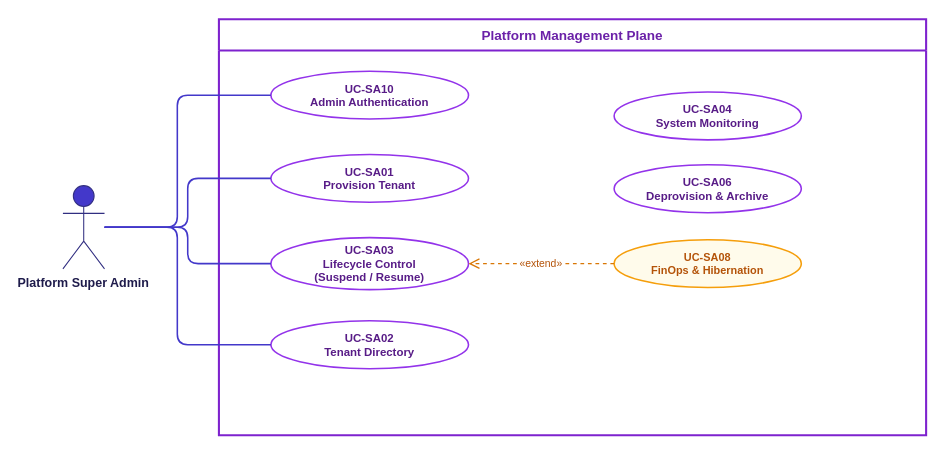
Before: usecase_super_admin.drawio in FilestoreCloud/docs, a draw.io diagram. Source tidied: cells renumbered, new cells numbered last; positions are measured from the earlier drawing's top-left corner, leaving out a move shared by most shapes. Both pictures are drawn from the tidied source at 104%, with x=0, y=0 at pixel (62, 19).
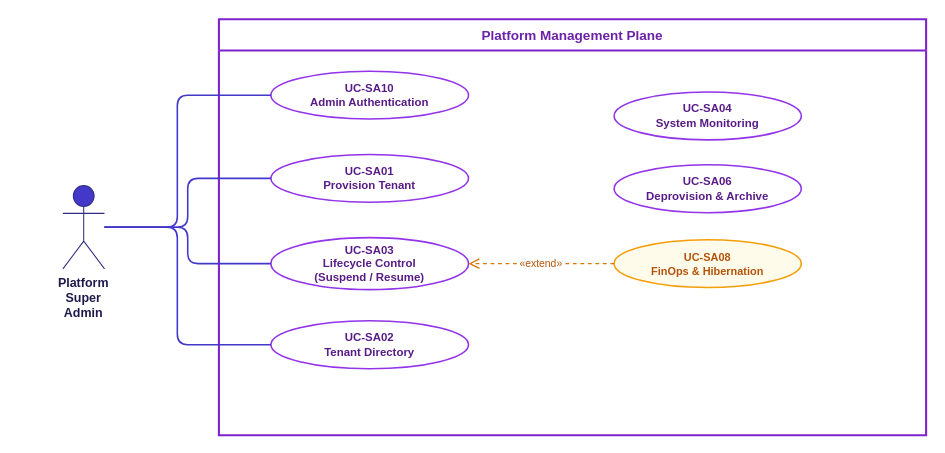
After the change.

What changed in the source:
```diff
@@
-    <mxCell id="2" value="Platform Management Plane" style="swimlane;startSize=30;fillColor=none;strokeColor=#7E22CE;strokeWidth=2;fontStyle=1;fontSize=13;fontColor=#6B21A8;rounded=0;arcSize=0;align=center;" parent="1" vertex="1">
+    <mxCell id="2" value="Platform Management Plane" style="swimlane;startSize=30;fillColor=none;strokeColor=#7E22CE;strokeWidth=2;fontStyle=1;fontSize=13;fontColor=#6B21A8;rounded=0;arcSize=0;align=center;whiteSpace=wrap;html=1;" parent="1" vertex="1">
       <mxGeometry x="150" width="680" height="400" as="geometry" />
     </mxCell>
-    <mxCell id="3" value="UC-SA10&#10;Admin Authentication" style="ellipse;html=0;fillColor=#FFFFFF;strokeColor=#9333EA;strokeWidth=1.5;fontSize=11;fontColor=#581C87;align=center;fontStyle=1;" parent="2" vertex="1">
+    <mxCell id="3" value="UC-SA10&#10;Admin Authentication" style="ellipse;html=0;fillColor=#FFFFFF;strokeColor=#9333EA;strokeWidth=1.5;fontSize=11;fontColor=#581C87;align=center;fontStyle=1;whiteSpace=wrap;" parent="2" vertex="1">
       <mxGeometry x="50" y="50" width="190" height="46" as="geometry" />
     </mxCell>
-    <mxCell id="4" value="UC-SA01&#10;Provision Tenant" style="ellipse;html=0;fillColor=#FFFFFF;strokeColor=#9333EA;strokeWidth=1.5;fontSize=11;fontColor=#581C87;align=center;fontStyle=1;" parent="2" vertex="1">
+    <mxCell id="4" value="UC-SA01&#10;Provision Tenant" style="ellipse;html=0;fillColor=#FFFFFF;strokeColor=#9333EA;strokeWidth=1.5;fontSize=11;fontColor=#581C87;align=center;fontStyle=1;whiteSpace=wrap;" parent="2" vertex="1">
       <mxGeometry x="50" y="130" width="190" height="46" as="geometry" />
     </mxCell>
-    <mxCell id="5" value="UC-SA03&#10;Lifecycle Control&#10;(Suspend / Resume)" style="ellipse;html=0;fillColor=#FFFFFF;strokeColor=#9333EA;strokeWidth=1.5;fontSize=11;fontColor=#581C87;align=center;fontStyle=1;" parent="2" vertex="1">
+    <mxCell id="5" value="UC-SA03&#10;Lifecycle Control&#10;(Suspend / Resume)" style="ellipse;html=0;fillColor=#FFFFFF;strokeColor=#9333EA;strokeWidth=1.5;fontSize=11;fontColor=#581C87;align=center;fontStyle=1;whiteSpace=wrap;" parent="2" vertex="1">
       <mxGeometry x="50" y="210" width="190" height="50" as="geometry" />
     </mxCell>
-    <mxCell id="6" value="UC-SA08&#10;FinOps &amp; Hibernation" style="ellipse;html=0;fillColor=#FFFBEB;strokeColor=#F59E0B;strokeWidth=1.5;fontSize=10.5;fontColor=#B45309;align=center;fontStyle=1;" parent="2" vertex="1">
+    <mxCell id="6" value="UC-SA08&#10;FinOps &amp; Hibernation" style="ellipse;html=0;fillColor=#FFFBEB;strokeColor=#F59E0B;strokeWidth=1.5;fontSize=10.5;fontColor=#B45309;align=center;fontStyle=1;whiteSpace=wrap;" parent="2" vertex="1">
       <mxGeometry x="380" y="212" width="180" height="46" as="geometry" />
     </mxCell>
-    <mxCell id="7" value="UC-SA02&#10;Tenant Directory" style="ellipse;html=0;fillColor=#FFFFFF;strokeColor=#9333EA;strokeWidth=1.5;fontSize=11;fontColor=#581C87;align=center;fontStyle=1;" parent="2" vertex="1">
+    <mxCell id="7" value="UC-SA02&#10;Tenant Directory" style="ellipse;html=0;fillColor=#FFFFFF;strokeColor=#9333EA;strokeWidth=1.5;fontSize=11;fontColor=#581C87;align=center;fontStyle=1;whiteSpace=wrap;" parent="2" vertex="1">
       <mxGeometry x="50" y="290" width="190" height="46" as="geometry" />
     </mxCell>
-    <mxCell id="8" value="UC-SA04&#10;System Monitoring" style="ellipse;html=0;fillColor=#FFFFFF;strokeColor=#9333EA;strokeWidth=1.5;fontSize=11;fontColor=#581C87;align=center;fontStyle=1;" parent="2" vertex="1">
+    <mxCell id="8" value="UC-SA04&#10;System Monitoring" style="ellipse;html=0;fillColor=#FFFFFF;strokeColor=#9333EA;strokeWidth=1.5;fontSize=11;fontColor=#581C87;align=center;fontStyle=1;whiteSpace=wrap;" parent="2" vertex="1">
       <mxGeometry x="380" y="70" width="180" height="46" as="geometry" />
     </mxCell>
-    <mxCell id="9" value="UC-SA06&#10;Deprovision &amp; Archive" style="ellipse;html=0;fillColor=#FFFFFF;strokeColor=#9333EA;strokeWidth=1.5;fontSize=11;fontColor=#581C87;align=center;fontStyle=1;" parent="2" vertex="1">
+    <mxCell id="9" value="UC-SA06&#10;Deprovision &amp; Archive" style="ellipse;html=0;fillColor=#FFFFFF;strokeColor=#9333EA;strokeWidth=1.5;fontSize=11;fontColor=#581C87;align=center;fontStyle=1;whiteSpace=wrap;" parent="2" vertex="1">
       <mxGeometry x="380" y="140" width="180" height="46" as="geometry" />
     </mxCell>
-    <mxCell id="10" value="«extend»" style="edgeStyle=none;html=0;dashed=1;endArrow=open;endSize=8;strokeColor=#D97706;strokeWidth=1.2;fontSize=10;fontColor=#B45309;align=center;" parent="2" edge="1" source="6" target="5">
+    <mxCell id="10" value="«extend»" style="edgeStyle=none;html=0;dashed=1;endArrow=open;endSize=8;strokeColor=#D97706;strokeWidth=1.2;fontSize=10;fontColor=#B45309;align=center;whiteSpace=wrap;" parent="2" edge="1" source="6" target="5">
       <mxGeometry relative="1" as="geometry" />
     </mxCell>
-    <mxCell id="11" value="Platform Super Admin" style="shape=umlActor;verticalLabelPosition=bottom;verticalAlign=top;html=0;outlineConnect=0;fillColor=#4338CA;strokeColor=#312E81;fontColor=#1E1B4B;fontSize=12;fontStyle=1;" parent="1" vertex="1">
+    <mxCell id="11" value="Platform Super Admin" style="shape=umlActor;verticalLabelPosition=bottom;verticalAlign=top;html=0;outlineConnect=0;fillColor=#4338CA;strokeColor=#312E81;fontColor=#1E1B4B;fontSize=12;fontStyle=1;whiteSpace=wrap;" parent="1" vertex="1">
       <mxGeometry y="160" width="40" height="80" as="geometry" />
     </mxCell>
```
